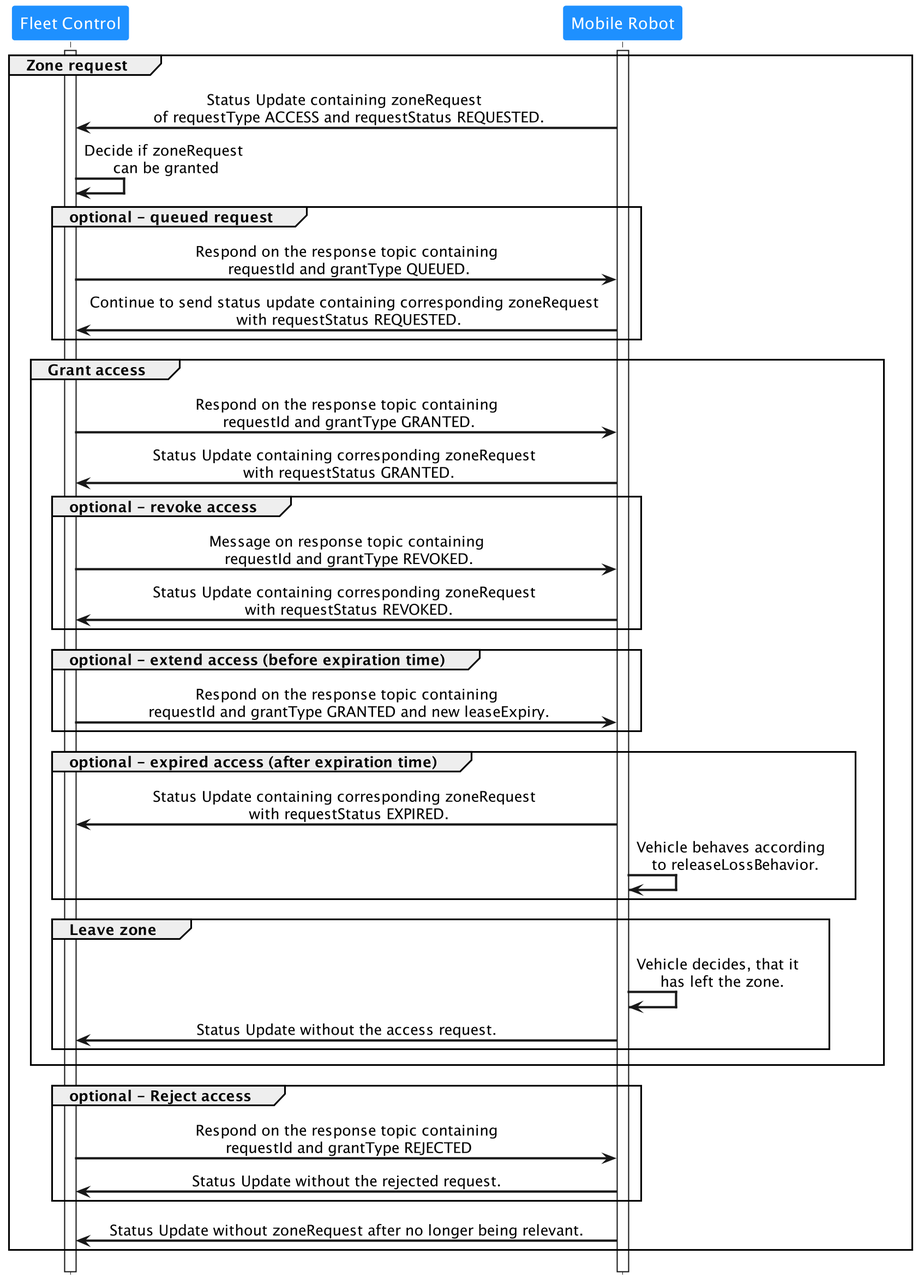
Above: assets/request_release_zone_access.png in VDA5050/VDA5050 (PlantUML), before the change.
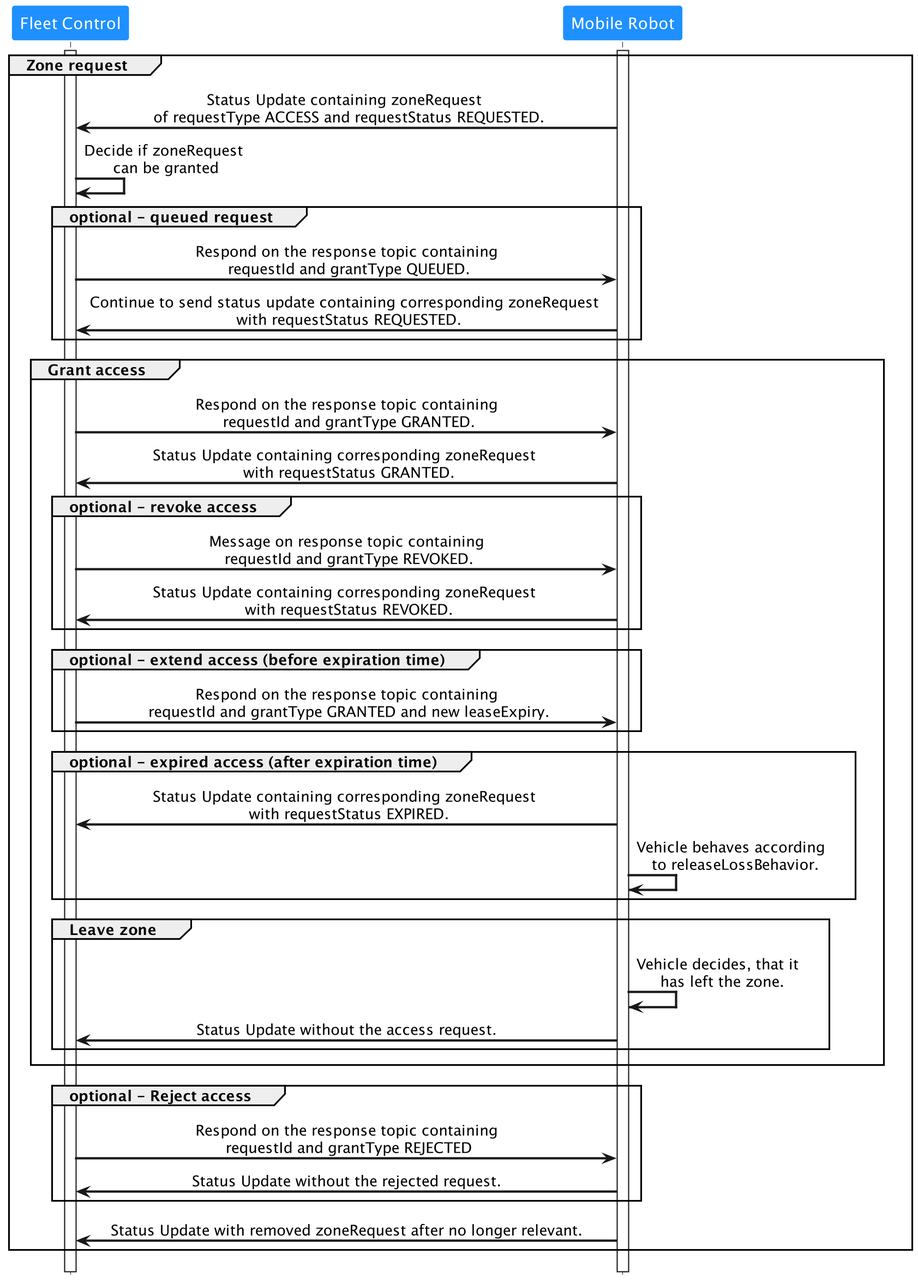
The same diagram one commit later.

Commit message:
updated png request_release_zone_access

Diff of the diagram source:
```diff
@@ -43,10 +43,8 @@
 "Fleet Control" -> "Mobile Robot": Respond on the response topic containing\n requestId and grantType REJECTED
 "Mobile Robot" -> "Fleet Control": Status Update without the rejected request.
 end
-"Mobile Robot" -> "Fleet Control": Status Update without zoneRequest after no longer being relevant.
+"Mobile Robot" -> "Fleet Control": Status Update with removed zoneRequest after no longer relevant.
 end
 deactivate "Fleet Control"
 deactivate "Mobile Robot"
-
-
 @enduml
```
